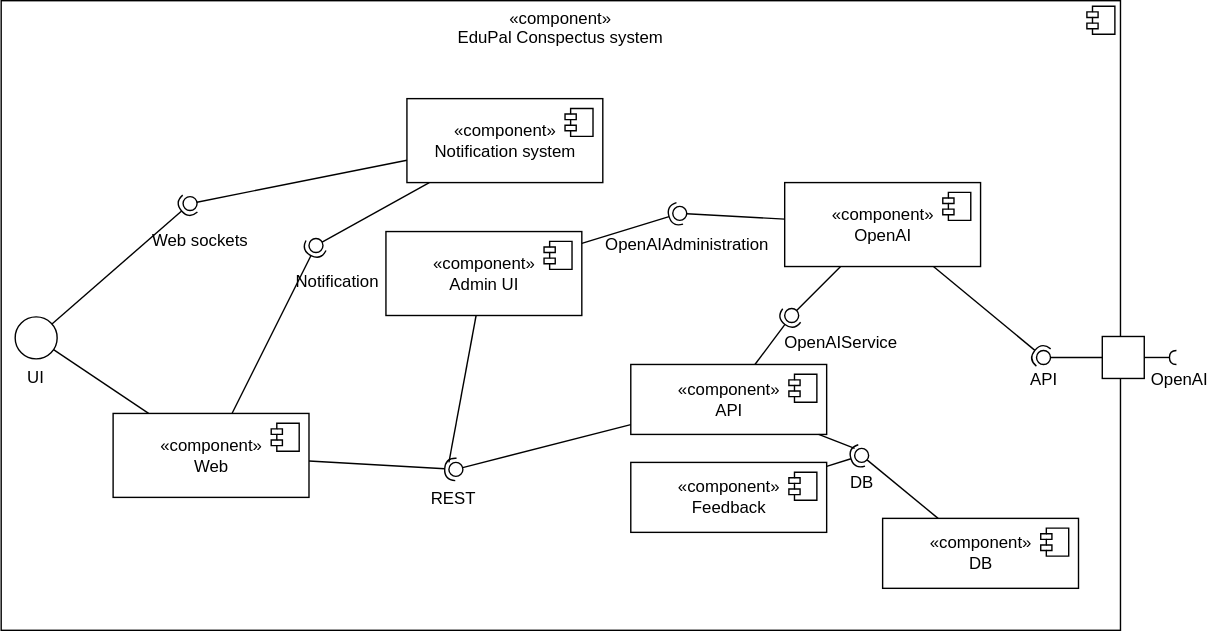
Above: lab2diags/development-view/component_l2.drawio.svg in piatrashkakanstantinass/psi2 (draw.io), before the change. Source tidied: cells renumbered, new cells last; positions are measured from the earlier drawing's top-left corner, leaving out a move shared by most shapes.
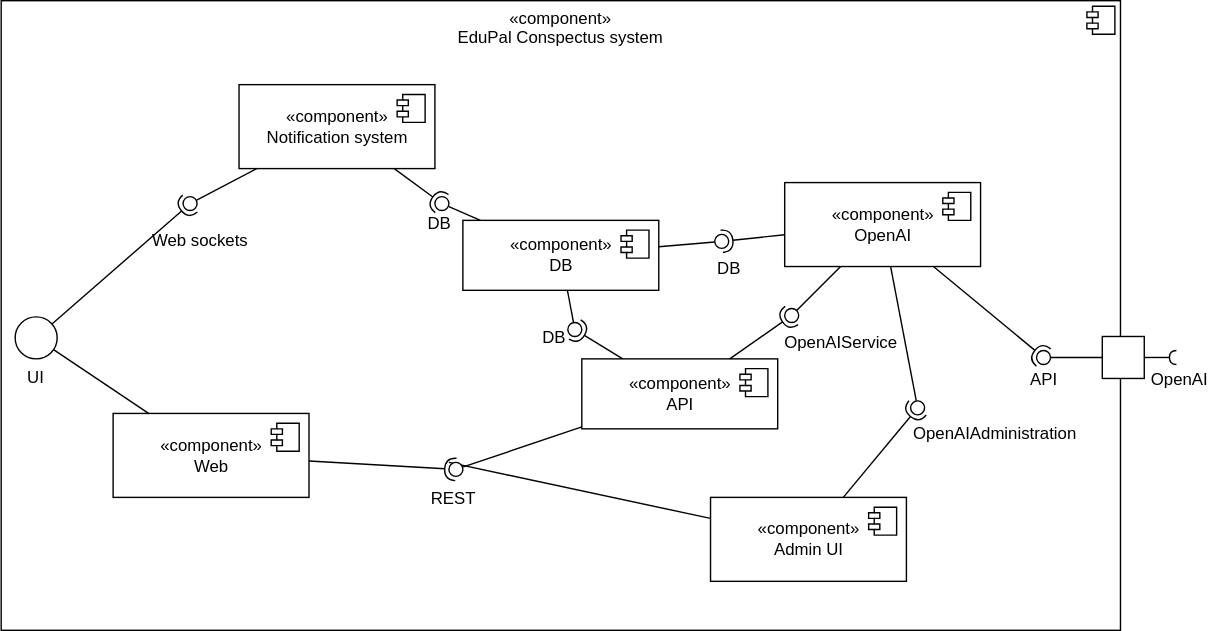
After the commit.

Commit message:
updated diagrams, fixed mistakes

The edit, as a diff of the source:
```diff
@@ -5,70 +5,57 @@
     <mxCell id="2" value="&lt;p style=&quot;margin:0px;margin-top:6px;text-align:center;&quot;&gt;«component»&lt;br&gt;EduPal Conspectus system&lt;/p&gt;" style="align=left;overflow=fill;html=1;" parent="1" vertex="1">
       <mxGeometry width="800" height="450" as="geometry" />
     </mxCell>
-    <mxCell id="3" style="shape=component;jettyWidth=8;jettyHeight=4;" parent="2" vertex="1">
-      <mxGeometry x="1" width="20" height="20" relative="1" as="geometry">
-        <mxPoint x="-24" y="4" as="offset" />
-      </mxGeometry>
-    </mxCell>
+    <mxCell id="54" style="shape=component;jettyWidth=8;jettyHeight=4;" parent="2" vertex="1">
+      <mxGeometry x="1" width="20" height="20" relative="1" as="geometry">
+        <mxPoint x="-24" y="4" as="offset" />
+      </mxGeometry>
+    </mxCell>
     <mxCell id="4" value="«component»&lt;br&gt;DB" style="html=1;" parent="1" vertex="1">
-      <mxGeometry x="630" y="370" width="140" height="50" as="geometry" />
+      <mxGeometry x="330" y="157" width="140" height="50" as="geometry" />
     </mxCell>
-    <mxCell id="5" style="shape=module;jettyWidth=8;jettyHeight=4;" parent="4" vertex="1">
-      <mxGeometry x="1" width="20" height="20" relative="1" as="geometry">
-        <mxPoint x="-27" y="7" as="offset" />
-      </mxGeometry>
-    </mxCell>
-    <mxCell id="6" style="rounded=0;jettySize=auto;html=1;endArrow=none;endFill=0;sketch=0;sourcePerimeterSpacing=0;targetPerimeterSpacing=0;" parent="1" edge="1" source="4" target="8">
-      <mxGeometry relative="1" as="geometry" />
-    </mxCell>
-    <mxCell id="7" style="rounded=0;jettySize=auto;html=1;endArrow=halfCircle;endFill=0;entryX=0.5;entryY=0.5;endSize=6;strokeWidth=1;sketch=0;" parent="1" edge="1" source="9" target="8">
-      <mxGeometry relative="1" as="geometry" />
-    </mxCell>
-    <mxCell id="8" style="ellipse;whiteSpace=wrap;html=1;align=center;points=[];outlineConnect=0;sketch=0;" parent="1" vertex="1">
-      <mxGeometry x="610" y="320" width="10" height="10" as="geometry" />
-    </mxCell>
-    <mxCell id="9" value="«component»&lt;br&gt;Feedback" style="html=1;" parent="1" vertex="1">
-      <mxGeometry x="450" y="330" width="140" height="50" as="geometry" />
-    </mxCell>
-    <mxCell id="10" style="shape=module;jettyWidth=8;jettyHeight=4;" parent="9" vertex="1">
-      <mxGeometry x="1" width="20" height="20" relative="1" as="geometry">
-        <mxPoint x="-27" y="7" as="offset" />
-      </mxGeometry>
-    </mxCell>
+    <mxCell id="55" style="shape=module;jettyWidth=8;jettyHeight=4;" parent="4" vertex="1">
+      <mxGeometry x="1" width="20" height="20" relative="1" as="geometry">
+        <mxPoint x="-27" y="7" as="offset" />
+      </mxGeometry>
+    </mxCell>
+    <mxCell id="56" style="rounded=0;jettySize=auto;html=1;endArrow=none;endFill=0;sketch=0;sourcePerimeterSpacing=0;targetPerimeterSpacing=0;" parent="1" edge="1" source="4" target="58">
+      <mxGeometry relative="1" as="geometry" />
+    </mxCell>
+    <mxCell id="57" style="rounded=0;jettySize=auto;html=1;endArrow=halfCircle;endFill=0;entryX=0.5;entryY=0.5;endSize=6;strokeWidth=1;sketch=0;" parent="1" edge="1" source="11" target="58">
+      <mxGeometry relative="1" as="geometry" />
+    </mxCell>
+    <mxCell id="58" style="ellipse;whiteSpace=wrap;html=1;align=center;points=[];outlineConnect=0;sketch=0;" parent="1" vertex="1">
+      <mxGeometry x="405" y="230" width="10" height="10" as="geometry" />
+    </mxCell>
     <mxCell id="11" value="«component»&lt;br&gt;API" style="html=1;" parent="1" vertex="1">
-      <mxGeometry x="450" y="260" width="140" height="50" as="geometry" />
+      <mxGeometry x="415" y="256" width="140" height="50" as="geometry" />
     </mxCell>
-    <mxCell id="12" style="shape=module;jettyWidth=8;jettyHeight=4;" parent="11" vertex="1">
-      <mxGeometry x="1" width="20" height="20" relative="1" as="geometry">
-        <mxPoint x="-27" y="7" as="offset" />
-      </mxGeometry>
-    </mxCell>
-    <mxCell id="13" style="endArrow=none;html=1;" parent="1" edge="1" target="11">
-      <mxGeometry relative="1" as="geometry">
-        <mxPoint x="610" y="320" as="sourcePoint" />
-      </mxGeometry>
-    </mxCell>
+    <mxCell id="59" style="shape=module;jettyWidth=8;jettyHeight=4;" parent="11" vertex="1">
+      <mxGeometry x="1" width="20" height="20" relative="1" as="geometry">
+        <mxPoint x="-27" y="7" as="offset" />
+      </mxGeometry>
+    </mxCell>
     <mxCell id="14" value="«component»&lt;br&gt;Notification system" style="html=1;" parent="1" vertex="1">
-      <mxGeometry x="290" y="70" width="140" height="60" as="geometry" />
+      <mxGeometry x="170" y="60" width="140" height="60" as="geometry" />
     </mxCell>
-    <mxCell id="15" style="shape=module;jettyWidth=8;jettyHeight=4;" parent="14" vertex="1">
-      <mxGeometry x="1" width="20" height="20" relative="1" as="geometry">
-        <mxPoint x="-27" y="7" as="offset" />
-      </mxGeometry>
-    </mxCell>
-    <mxCell id="16" style="edgeStyle=none;html=1;endArrow=none;endFill=0;" parent="1" edge="1" source="17">
-      <mxGeometry relative="1" as="geometry">
-        <mxPoint x="320" y="330" as="targetPoint" />
-      </mxGeometry>
-    </mxCell>
+    <mxCell id="60" style="shape=module;jettyWidth=8;jettyHeight=4;" parent="14" vertex="1">
+      <mxGeometry x="1" width="20" height="20" relative="1" as="geometry">
+        <mxPoint x="-27" y="7" as="offset" />
+      </mxGeometry>
+    </mxCell>
+    <mxCell id="61" style="edgeStyle=none;html=1;endArrow=none;endFill=0;" parent="1" edge="1" source="17">
+      <mxGeometry relative="1" as="geometry">
+        <mxPoint x="320" y="330" as="targetPoint" />
+      </mxGeometry>
+    </mxCell>
     <mxCell id="17" value="«component»&lt;br&gt;Admin UI" style="html=1;" parent="1" vertex="1">
-      <mxGeometry x="275" y="165" width="140" height="60" as="geometry" />
+      <mxGeometry x="507" y="355" width="140" height="60" as="geometry" />
     </mxCell>
-    <mxCell id="18" style="shape=module;jettyWidth=8;jettyHeight=4;" parent="17" vertex="1">
-      <mxGeometry x="1" width="20" height="20" relative="1" as="geometry">
-        <mxPoint x="-27" y="7" as="offset" />
-      </mxGeometry>
-    </mxCell>
+    <mxCell id="62" style="shape=module;jettyWidth=8;jettyHeight=4;" parent="17" vertex="1">
+      <mxGeometry x="1" width="20" height="20" relative="1" as="geometry">
+        <mxPoint x="-27" y="7" as="offset" />
+      </mxGeometry>
+    </mxCell>
     <mxCell id="19" style="html=1;rounded=0;" parent="1" vertex="1">
       <mxGeometry x="787" y="240" width="30" height="30" as="geometry" />
     </mxCell>
@@ -93,11 +80,11 @@
     <mxCell id="26" value="«component»&lt;br&gt;Web" style="html=1;" parent="1" vertex="1">
       <mxGeometry x="80" y="295" width="140" height="60" as="geometry" />
     </mxCell>
-    <mxCell id="27" style="shape=module;jettyWidth=8;jettyHeight=4;" parent="26" vertex="1">
-      <mxGeometry x="1" width="20" height="20" relative="1" as="geometry">
-        <mxPoint x="-27" y="7" as="offset" />
-      </mxGeometry>
-    </mxCell>
+    <mxCell id="63" style="shape=module;jettyWidth=8;jettyHeight=4;" parent="26" vertex="1">
+      <mxGeometry x="1" width="20" height="20" relative="1" as="geometry">
+        <mxPoint x="-27" y="7" as="offset" />
+      </mxGeometry>
+    </mxCell>
     <mxCell id="28" style="edgeStyle=none;html=1;endArrow=none;endFill=0;" parent="1" edge="1" source="29" target="26">
       <mxGeometry relative="1" as="geometry" />
     </mxCell>
@@ -107,11 +94,11 @@
     <mxCell id="30" value="«component»&lt;br&gt;OpenAI" style="html=1;" parent="1" vertex="1">
       <mxGeometry x="560" y="130" width="140" height="60" as="geometry" />
     </mxCell>
-    <mxCell id="31" style="shape=module;jettyWidth=8;jettyHeight=4;" parent="30" vertex="1">
-      <mxGeometry x="1" width="20" height="20" relative="1" as="geometry">
-        <mxPoint x="-27" y="7" as="offset" />
-      </mxGeometry>
-    </mxCell>
+    <mxCell id="64" style="shape=module;jettyWidth=8;jettyHeight=4;" parent="30" vertex="1">
+      <mxGeometry x="1" width="20" height="20" relative="1" as="geometry">
+        <mxPoint x="-27" y="7" as="offset" />
+      </mxGeometry>
+    </mxCell>
     <mxCell id="32" style="rounded=0;jettySize=auto;html=1;endArrow=none;endFill=0;sketch=0;sourcePerimeterSpacing=0;targetPerimeterSpacing=0;" parent="1" edge="1" source="19" target="34">
       <mxGeometry relative="1" as="geometry" />
     </mxCell>
@@ -121,15 +108,6 @@
     <mxCell id="34" style="ellipse;whiteSpace=wrap;html=1;align=center;points=[];outlineConnect=0;sketch=0;" parent="1" vertex="1">
       <mxGeometry x="740" y="250" width="10" height="10" as="geometry" />
     </mxCell>
-    <mxCell id="35" style="rounded=0;jettySize=auto;html=1;endArrow=none;endFill=0;sketch=0;sourcePerimeterSpacing=0;targetPerimeterSpacing=0;" parent="1" edge="1" source="14" target="37">
-      <mxGeometry relative="1" as="geometry" />
-    </mxCell>
-    <mxCell id="36" style="rounded=0;jettySize=auto;html=1;endArrow=halfCircle;endFill=0;entryX=0.5;entryY=0.5;endSize=6;strokeWidth=1;sketch=0;" parent="1" edge="1" source="26" target="37">
-      <mxGeometry relative="1" as="geometry" />
-    </mxCell>
-    <mxCell id="37" style="ellipse;whiteSpace=wrap;html=1;align=center;points=[];outlineConnect=0;sketch=0;" parent="1" vertex="1">
-      <mxGeometry x="220" y="170" width="10" height="10" as="geometry" />
-    </mxCell>
     <mxCell id="38" style="rounded=0;jettySize=auto;html=1;endArrow=none;endFill=0;sketch=0;sourcePerimeterSpacing=0;targetPerimeterSpacing=0;" parent="1" edge="1" source="14" target="40">
       <mxGeometry relative="1" as="geometry" />
     </mxCell>
@@ -139,15 +117,15 @@
     <mxCell id="40" style="ellipse;whiteSpace=wrap;html=1;align=center;points=[];outlineConnect=0;sketch=0;" parent="1" vertex="1">
       <mxGeometry x="130" y="140" width="10" height="10" as="geometry" />
     </mxCell>
-    <mxCell id="41" style="rounded=0;jettySize=auto;html=1;endArrow=none;endFill=0;sketch=0;sourcePerimeterSpacing=0;targetPerimeterSpacing=0;" parent="1" edge="1" source="30" target="43">
-      <mxGeometry relative="1" as="geometry" />
-    </mxCell>
-    <mxCell id="42" style="rounded=0;jettySize=auto;html=1;endArrow=halfCircle;endFill=0;entryX=0.5;entryY=0.5;endSize=6;strokeWidth=1;sketch=0;" parent="1" edge="1" source="17" target="43">
-      <mxGeometry relative="1" as="geometry" />
-    </mxCell>
-    <mxCell id="43" style="ellipse;whiteSpace=wrap;html=1;align=center;points=[];outlineConnect=0;sketch=0;" parent="1" vertex="1">
-      <mxGeometry x="480" y="147" width="10" height="10" as="geometry" />
-    </mxCell>
+    <mxCell id="65" style="rounded=0;jettySize=auto;html=1;endArrow=none;endFill=0;sketch=0;sourcePerimeterSpacing=0;targetPerimeterSpacing=0;" parent="1" edge="1" source="30" target="67">
+      <mxGeometry relative="1" as="geometry" />
+    </mxCell>
+    <mxCell id="66" style="rounded=0;jettySize=auto;html=1;endArrow=halfCircle;endFill=0;entryX=0.5;entryY=0.5;endSize=6;strokeWidth=1;sketch=0;" parent="1" edge="1" source="17" target="67">
+      <mxGeometry relative="1" as="geometry" />
+    </mxCell>
+    <mxCell id="67" style="ellipse;whiteSpace=wrap;html=1;align=center;points=[];outlineConnect=0;sketch=0;" parent="1" vertex="1">
+      <mxGeometry x="650" y="286" width="10" height="10" as="geometry" />
+    </mxCell>
     <mxCell id="44" style="rounded=0;jettySize=auto;html=1;endArrow=none;endFill=0;sketch=0;sourcePerimeterSpacing=0;targetPerimeterSpacing=0;" parent="1" edge="1" source="30" target="46">
       <mxGeometry relative="1" as="geometry" />
     </mxCell>
@@ -160,23 +138,44 @@
     <mxCell id="47" value="&lt;span style=&quot;&quot;&gt;Web sockets&lt;/span&gt;" style="text;html=1;align=center;verticalAlign=middle;strokeColor=none;fillColor=none;" parent="1" vertex="1">
       <mxGeometry x="97" y="157" width="90" height="30" as="geometry" />
     </mxCell>
-    <mxCell id="48" value="&lt;span style=&quot;&quot;&gt;Notification&lt;/span&gt;" style="text;html=1;align=center;verticalAlign=middle;strokeColor=none;fillColor=none;" parent="1" vertex="1">
-      <mxGeometry x="200" y="186" width="80" height="30" as="geometry" />
-    </mxCell>
     <mxCell id="49" value="&lt;span style=&quot;&quot;&gt;REST&lt;/span&gt;" style="text;html=1;align=center;verticalAlign=middle;strokeColor=none;fillColor=none;" parent="1" vertex="1">
       <mxGeometry x="293" y="341" width="60" height="30" as="geometry" />
     </mxCell>
-    <mxCell id="50" value="&lt;span style=&quot;&quot;&gt;DB&lt;/span&gt;" style="text;html=1;align=center;verticalAlign=middle;strokeColor=none;fillColor=none;" parent="1" vertex="1">
-      <mxGeometry x="595" y="330" width="40" height="30" as="geometry" />
-    </mxCell>
+    <mxCell id="68" value="&lt;span style=&quot;&quot;&gt;DB&lt;/span&gt;" style="text;html=1;align=center;verticalAlign=middle;strokeColor=none;fillColor=none;" parent="1" vertex="1">
+      <mxGeometry x="500" y="177" width="40" height="30" as="geometry" />
+    </mxCell>
     <mxCell id="51" value="&lt;span style=&quot;&quot;&gt;API&lt;/span&gt;" style="text;html=1;align=center;verticalAlign=middle;strokeColor=none;fillColor=none;" parent="1" vertex="1">
       <mxGeometry x="725" y="256" width="40" height="30" as="geometry" />
     </mxCell>
     <mxCell id="52" value="OpenAIAdministration" style="text;html=1;align=center;verticalAlign=middle;strokeColor=none;fillColor=none;" parent="1" vertex="1">
-      <mxGeometry x="420" y="160" width="140" height="30" as="geometry" />
+      <mxGeometry x="640" y="295" width="140" height="30" as="geometry" />
     </mxCell>
     <mxCell id="53" value="OpenAIService" style="text;html=1;align=center;verticalAlign=middle;strokeColor=none;fillColor=none;" parent="1" vertex="1">
       <mxGeometry x="550" y="230" width="100" height="30" as="geometry" />
     </mxCell>
+    <mxCell id="69" style="rounded=0;jettySize=auto;html=1;endArrow=none;endFill=0;sketch=0;sourcePerimeterSpacing=0;targetPerimeterSpacing=0;" parent="1" edge="1" source="4" target="71">
+      <mxGeometry relative="1" as="geometry" />
+    </mxCell>
+    <mxCell id="70" style="rounded=0;jettySize=auto;html=1;endArrow=halfCircle;endFill=0;entryX=0.5;entryY=0.5;endSize=6;strokeWidth=1;sketch=0;" parent="1" edge="1" source="30" target="71">
+      <mxGeometry relative="1" as="geometry" />
+    </mxCell>
+    <mxCell id="71" style="ellipse;whiteSpace=wrap;html=1;align=center;points=[];outlineConnect=0;sketch=0;" parent="1" vertex="1">
+      <mxGeometry x="510" y="167" width="10" height="10" as="geometry" />
+    </mxCell>
+    <mxCell id="72" value="DB" style="text;html=1;align=center;verticalAlign=middle;strokeColor=none;fillColor=none;" parent="1" vertex="1">
+      <mxGeometry x="375" y="226" width="40" height="30" as="geometry" />
+    </mxCell>
+    <mxCell id="73" style="rounded=0;jettySize=auto;html=1;endArrow=none;endFill=0;sketch=0;sourcePerimeterSpacing=0;targetPerimeterSpacing=0;" parent="1" edge="1" source="4" target="75">
+      <mxGeometry relative="1" as="geometry" />
+    </mxCell>
+    <mxCell id="74" style="rounded=0;jettySize=auto;html=1;endArrow=halfCircle;endFill=0;entryX=0.5;entryY=0.5;endSize=6;strokeWidth=1;sketch=0;" parent="1" edge="1" source="14" target="75">
+      <mxGeometry relative="1" as="geometry" />
+    </mxCell>
+    <mxCell id="75" style="ellipse;whiteSpace=wrap;html=1;align=center;points=[];outlineConnect=0;sketch=0;" parent="1" vertex="1">
+      <mxGeometry x="310" y="140" width="10" height="10" as="geometry" />
+    </mxCell>
+    <mxCell id="76" value="&lt;span style=&quot;&quot;&gt;DB&lt;/span&gt;" style="text;html=1;align=center;verticalAlign=middle;strokeColor=none;fillColor=none;" parent="1" vertex="1">
+      <mxGeometry x="293" y="145" width="40" height="30" as="geometry" />
+    </mxCell>
   </root>
 </mxGraphModel>
```
